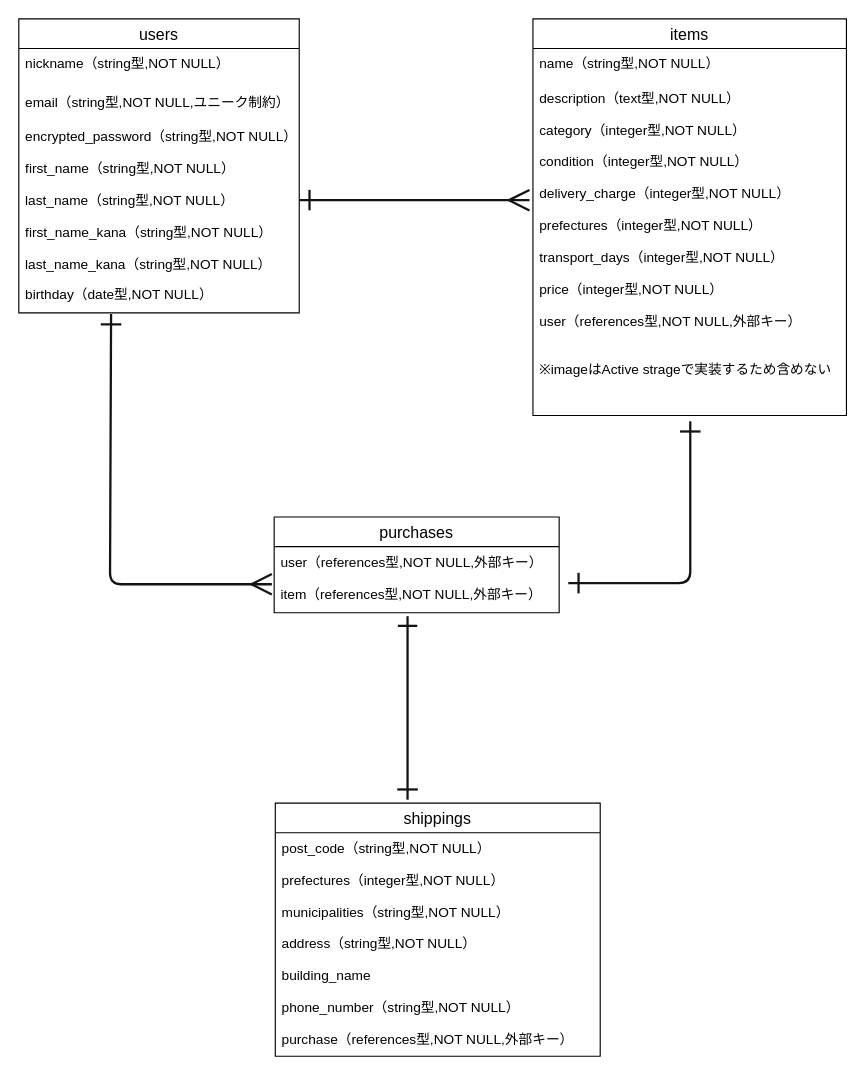
y-takamatu/furima-37348 keeps this draw.io diagram as furima-37348.dio. Above is the earlier version. Source tidied: cells renumbered, new cells numbered last; positions are measured from the earlier drawing's top-left corner, leaving out a move shared by most shapes. Both pictures are drawn from the tidied source at 114%, with x=0, y=0 at pixel (18, 18).
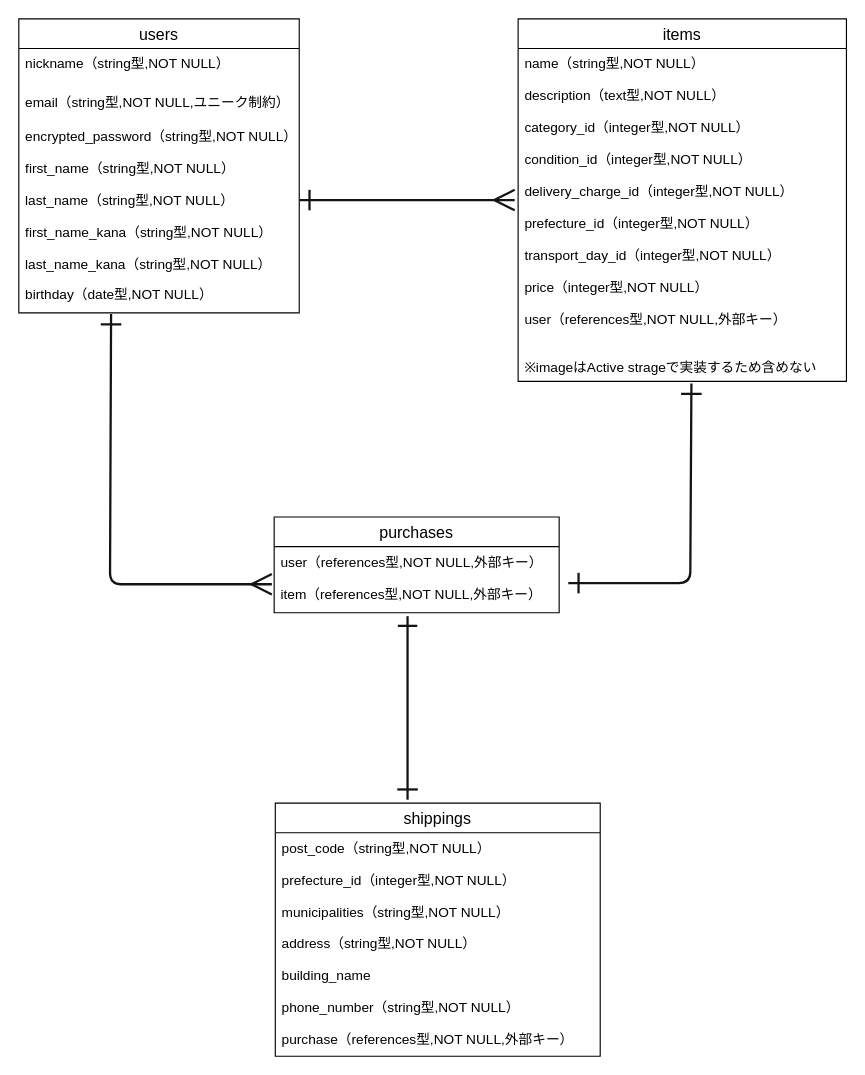
The same page after the edit.

Commit message (it also covers changes not shown here):
カラム名修正（_id付与）

Unchanged cells that the change refers to:
```xml
<mxCell id="8" value="encrypted_password（string型,NOT NULL）&#10;&#10;first_name（string型,NOT NULL）&#10;&#10;last_name（string型,NOT NULL）&#10;&#10;first_name_kana（string型,NOT NULL）&#10;&#10;last_name_kana（string型,NOT NULL）&#10;" style="text;strokeColor=none;fillColor=none;spacingLeft=4;spacingRight=4;overflow=hidden;points=[[0,0.5],[1,0.5]];portConstraint=eastwest;fontSize=12;" parent="5" vertex="1">
  <mxGeometry y="90" width="246" height="138" as="geometry" />
</mxCell>
<mxCell id="14" value="shippings" style="swimlane;fontStyle=0;horizontal=1;startSize=26;align=center;fontSize=14;" parent="1" vertex="1">
  <mxGeometry x="225" y="688" width="285" height="222" as="geometry" />
</mxCell>
```

The edit, as a diff of the source:
```diff
@@
     <mxCell id="2" value="items" style="swimlane;fontStyle=0;horizontal=1;startSize=26;align=center;fontSize=14;" parent="1" vertex="1">
-      <mxGeometry x="451" width="275" height="348" as="geometry" />
+      <mxGeometry x="438" width="288" height="318" as="geometry" />
     </mxCell>
-    <mxCell id="3" value="name（string型,NOT NULL）" style="text;strokeColor=none;fillColor=none;spacingLeft=4;spacingRight=4;overflow=hidden;fontSize=12;" parent="2" vertex="1">
-      <mxGeometry y="26" width="275" height="30" as="geometry" />
-    </mxCell>
-    <mxCell id="4" value="description（text型,NOT NULL）&#10;&#10;category（integer型,NOT NULL）&#10;&#10;condition（integer型,NOT NULL）&#10;&#10;delivery_charge（integer型,NOT NULL）&#10;&#10;prefectures（integer型,NOT NULL）&#10;&#10;transport_days（integer型,NOT NULL）&#10;&#10;price（integer型,NOT NULL）&#10;&#10;user（references型,NOT NULL,外部キー）&#10;&#10;&#10;※imageはActive strageで実装するため含めない" style="text;strokeColor=none;fillColor=none;spacingLeft=4;spacingRight=4;overflow=hidden;points=[[0,0.5],[1,0.5]];portConstraint=eastwest;fontSize=12;" parent="2" vertex="1">
-      <mxGeometry y="56" width="275" height="292" as="geometry" />
+    <mxCell id="4" value="name（string型,NOT NULL）&#10;&#10;description（text型,NOT NULL）&#10;&#10;category_id（integer型,NOT NULL）&#10;&#10;condition_id（integer型,NOT NULL）&#10;&#10;delivery_charge_id（integer型,NOT NULL）&#10;&#10;prefecture_id（integer型,NOT NULL）&#10;&#10;transport_day_id（integer型,NOT NULL）&#10;&#10;price（integer型,NOT NULL）&#10;&#10;user（references型,NOT NULL,外部キー）&#10;&#10;&#10;※imageはActive strageで実装するため含めない" style="text;strokeColor=none;fillColor=none;spacingLeft=4;spacingRight=4;overflow=hidden;points=[[0,0.5],[1,0.5]];portConstraint=eastwest;fontSize=12;" parent="2" vertex="1">
+      <mxGeometry y="26" width="288" height="292" as="geometry" />
     </mxCell>
@@
-    <mxCell id="10" style="edgeStyle=none;html=1;endArrow=ERmany;endFill=0;strokeWidth=2;targetPerimeterSpacing=0;endSize=15;startArrow=ERone;startFill=0;startSize=15;entryX=-0.011;entryY=0.353;entryDx=0;entryDy=0;entryPerimeter=0;strokeColor=#141414;" parent="1" edge="1" source="8" target="4">
-      <mxGeometry relative="1" as="geometry" />
+    <mxCell id="10" style="edgeStyle=none;html=1;endArrow=ERmany;endFill=0;strokeWidth=2;targetPerimeterSpacing=0;endSize=15;startArrow=ERone;startFill=0;startSize=15;strokeColor=#141414;" parent="1" edge="1" source="8">
+      <mxGeometry relative="1" as="geometry">
+        <mxPoint x="435" y="159" as="targetPoint" />
+      </mxGeometry>
     </mxCell>
@@
-    <mxCell id="15" value="post_code（string型,NOT NULL）&#10;&#10;prefectures（integer型,NOT NULL）&#10;&#10;municipalities（string型,NOT NULL）&#10;&#10;address（string型,NOT NULL）&#10;&#10;building_name&#10;&#10;phone_number（string型,NOT NULL）&#10;&#10;purchase（references型,NOT NULL,外部キー）" style="text;strokeColor=none;fillColor=none;spacingLeft=4;spacingRight=4;overflow=hidden;fontSize=12;" parent="14" vertex="1">
+    <mxCell id="15" value="post_code（string型,NOT NULL）&#10;&#10;prefecture_id（integer型,NOT NULL）&#10;&#10;municipalities（string型,NOT NULL）&#10;&#10;address（string型,NOT NULL）&#10;&#10;building_name&#10;&#10;phone_number（string型,NOT NULL）&#10;&#10;purchase（references型,NOT NULL,外部キー）" style="text;strokeColor=none;fillColor=none;spacingLeft=4;spacingRight=4;overflow=hidden;fontSize=12;" parent="14" vertex="1">
       <mxGeometry y="26" width="285" height="196" as="geometry" />
     </mxCell>
@@
     <mxCell id="17" style="edgeStyle=none;html=1;exitX=1.032;exitY=0.067;exitDx=0;exitDy=0;startArrow=ERone;startFill=0;endArrow=ERone;endFill=0;startSize=15;endSize=15;targetPerimeterSpacing=0;strokeWidth=2;exitPerimeter=0;strokeColor=#141414;" parent="1" edge="1">
       <mxGeometry relative="1" as="geometry">
         <mxPoint x="482" y="495" as="sourcePoint" />
-        <mxPoint x="589" y="353" as="targetPoint" />
+        <mxPoint x="590" y="320" as="targetPoint" />
         <Array as="points">
           <mxPoint x="589" y="495" />
         </Array>
       </mxGeometry>
     </mxCell>
```
